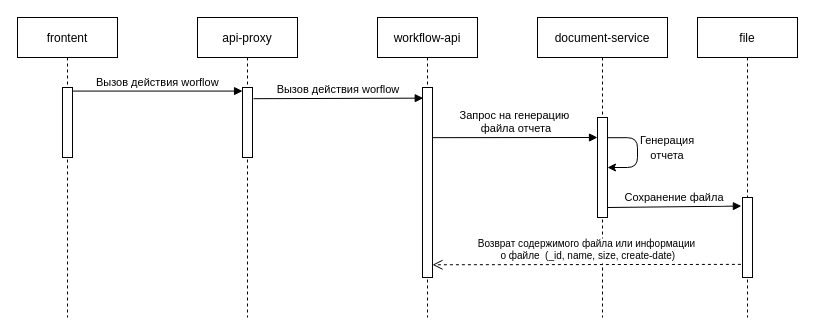
Earlier version of the draw.io diagram document-service/syncExport.drawio (effective-group/docs-drawio). Source tidied: cells renumbered, new cells numbered last; positions are measured from the earlier drawing's top-left corner, leaving out a move shared by most shapes. Both pictures are drawn from the tidied source at 100%, with x=0, y=0 at pixel (17, 17).
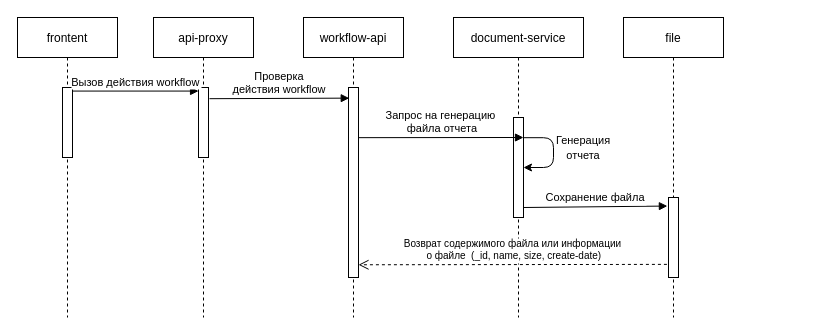
Above is the later version.

Unchanged cells that the change refers to:
```xml
<mxCell id="3" style="points=[];perimeter=orthogonalPerimeter;rounded=0;shadow=0;strokeWidth=1;" parent="2" vertex="1">
  <mxGeometry x="45" y="70" width="10" height="70" as="geometry" />
</mxCell>
<mxCell id="5" style="points=[];perimeter=orthogonalPerimeter;rounded=0;shadow=0;strokeWidth=1;" parent="4" vertex="1">
  <mxGeometry x="45" y="70" width="10" height="70" as="geometry" />
</mxCell>
<mxCell id="7" style="points=[];perimeter=orthogonalPerimeter;rounded=0;shadow=0;strokeWidth=1;" parent="6" vertex="1">
  <mxGeometry x="45" y="70" width="10" height="190" as="geometry" />
</mxCell>
<mxCell id="12" style="points=[];perimeter=orthogonalPerimeter;rounded=0;shadow=0;strokeWidth=1;" parent="11" vertex="1">
  <mxGeometry x="45" y="180" width="10" height="80" as="geometry" />
</mxCell>
```

Change to the diagram source:
```diff
@@
     <mxCell id="4" value="api-proxy" style="shape=umlLifeline;perimeter=lifelinePerimeter;rounded=0;shadow=0;strokeWidth=1;" parent="1" vertex="1">
-      <mxGeometry x="180" width="100" height="300" as="geometry" />
+      <mxGeometry x="136" width="100" height="300" as="geometry" />
     </mxCell>
@@
     <mxCell id="6" value="workflow-api" style="shape=umlLifeline;perimeter=lifelinePerimeter;rounded=0;shadow=0;strokeWidth=1;" parent="1" vertex="1">
-      <mxGeometry x="360" width="100" height="300" as="geometry" />
+      <mxGeometry x="286" width="100" height="300" as="geometry" />
     </mxCell>
@@
     <mxCell id="8" value="document-service" style="shape=umlLifeline;perimeter=lifelinePerimeter;rounded=0;shadow=0;strokeWidth=1;" parent="1" vertex="1">
-      <mxGeometry x="520" width="130" height="300" as="geometry" />
+      <mxGeometry x="436" width="130" height="300" as="geometry" />
     </mxCell>
@@
     <mxCell id="11" value="file" style="shape=umlLifeline;perimeter=lifelinePerimeter;rounded=0;shadow=0;strokeWidth=1;" parent="1" vertex="1">
-      <mxGeometry x="680" width="100" height="300" as="geometry" />
+      <mxGeometry x="606" width="100" height="300" as="geometry" />
     </mxCell>
@@
-    <mxCell id="13" value="Вызов действия worflow" style="verticalAlign=bottom;endArrow=block;entryX=0.005;entryY=0.051;shadow=0;strokeWidth=1;entryDx=0;entryDy=0;entryPerimeter=0;exitX=1.028;exitY=0.051;exitDx=0;exitDy=0;exitPerimeter=0;" parent="1" edge="1" source="3" target="5">
+    <mxCell id="13" value="Вызов действия workflow" style="verticalAlign=bottom;endArrow=block;entryX=0.005;entryY=0.051;shadow=0;strokeWidth=1;entryDx=0;entryDy=0;entryPerimeter=0;exitX=1.028;exitY=0.051;exitDx=0;exitDy=0;exitPerimeter=0;" parent="1" edge="1" source="3" target="5">
       <mxGeometry relative="1" as="geometry" />
     </mxCell>
-    <mxCell id="14" value="Вызов действия worflow" style="verticalAlign=bottom;endArrow=block;shadow=0;strokeWidth=1;exitX=1.098;exitY=0.16;exitDx=0;exitDy=0;exitPerimeter=0;entryX=0.074;entryY=0.056;entryDx=0;entryDy=0;entryPerimeter=0;" parent="1" edge="1" source="5" target="7">
+    <mxCell id="14" value="Проверка &#10;действия workflow" style="verticalAlign=bottom;endArrow=block;shadow=0;strokeWidth=1;exitX=1.098;exitY=0.16;exitDx=0;exitDy=0;exitPerimeter=0;entryX=0.074;entryY=0.056;entryDx=0;entryDy=0;entryPerimeter=0;" parent="1" edge="1" source="5" target="7">
       <mxGeometry relative="1" as="geometry" />
     </mxCell>
     <mxCell id="15" value="Запрос на генерацию&#10; файла отчета" style="verticalAlign=bottom;endArrow=block;shadow=0;strokeWidth=1;exitX=1.041;exitY=0.264;exitDx=0;exitDy=0;exitPerimeter=0;" parent="1" edge="1" source="7">
       <mxGeometry relative="1" as="geometry">
-        <mxPoint x="580" y="120" as="targetPoint" />
+        <mxPoint x="506" y="120" as="targetPoint" />
       </mxGeometry>
     </mxCell>
     <mxCell id="16" value="&lt;font style=&quot;font-size: 11px&quot;&gt;Генерация отчета&lt;/font&gt;" style="text;html=1;strokeColor=none;fillColor=none;align=center;verticalAlign=middle;whiteSpace=wrap;rounded=0;" parent="1" vertex="1">
-      <mxGeometry x="630" y="120" width="40" height="20" as="geometry" />
+      <mxGeometry x="546" y="120" width="40" height="20" as="geometry" />
     </mxCell>
     <mxCell id="17" value="Сохранение файла" style="verticalAlign=bottom;endArrow=block;shadow=0;strokeWidth=1;exitX=1.041;exitY=0.264;exitDx=0;exitDy=0;exitPerimeter=0;entryX=-0.112;entryY=0.107;entryDx=0;entryDy=0;entryPerimeter=0;" parent="1" edge="1" target="12">
       <mxGeometry relative="1" as="geometry">
-        <mxPoint x="590" y="190" as="sourcePoint" />
+        <mxPoint x="506" y="190" as="sourcePoint" />
       </mxGeometry>
     </mxCell>
```
